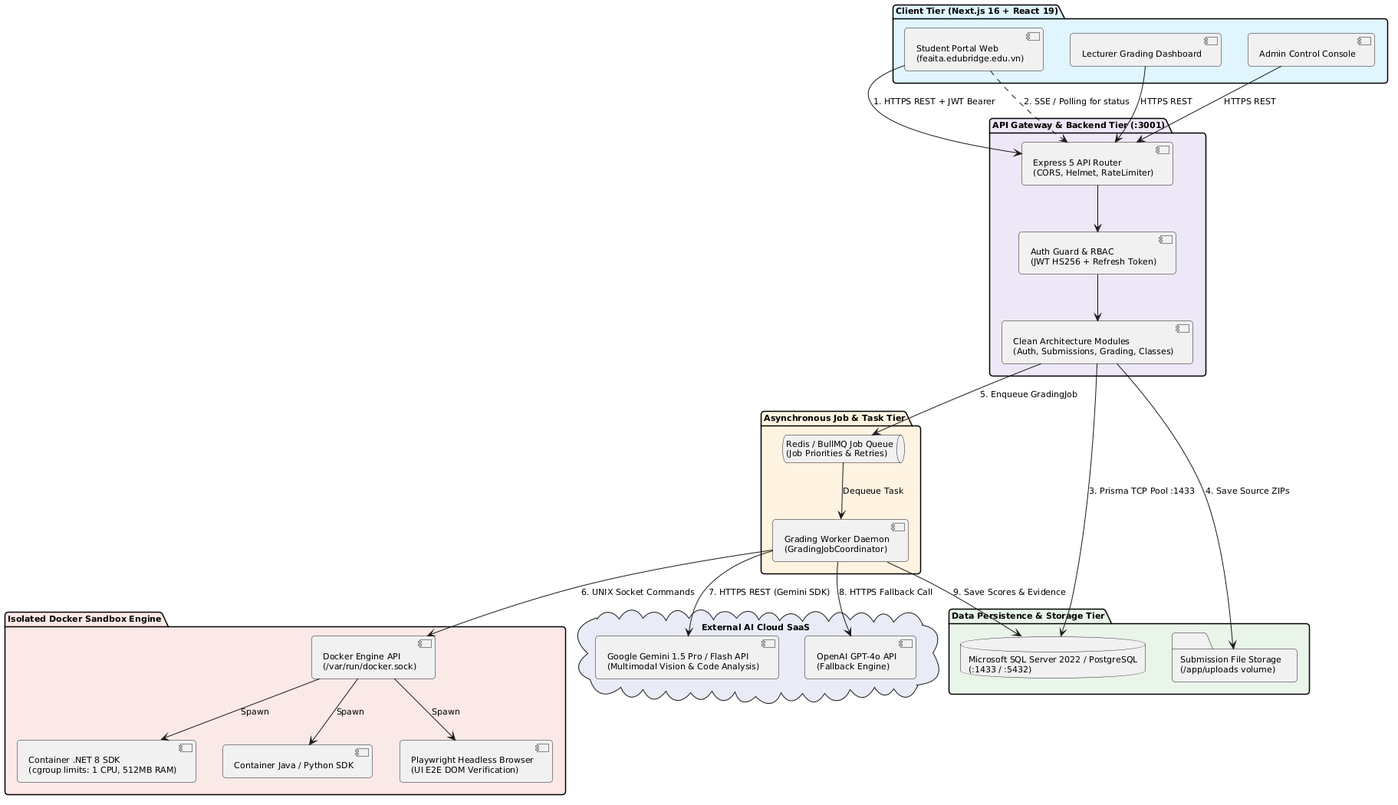
Earlier version of the PlantUML export diagrams/04_distributed_component_diagram.png (DinhLoii/AI-teaching-assistant). Source of this version:
```plantuml
@startuml
skinparam componentStyle uml2
skinparam roundcorner 8
skinparam defaultFontSize 11
skinparam shadowing false

package "Client Tier (Next.js 16 + React 19)" #E1F5FE {
    [Student Portal Web\n(feaita.edubridge.edu.vn)] as FE_Student
    [Lecturer Grading Dashboard] as FE_Lecturer
    [Admin Control Console] as FE_Admin
}

package "API Gateway & Backend Tier (:3001)" #EDE7F6 {
    [Express 5 API Router\n(CORS, Helmet, RateLimiter)] as Gateway
    [Auth Guard & RBAC\n(JWT HS256 + Refresh Token)] as AuthGuard
    [Clean Architecture Modules\n(Auth, Submissions, Grading, Classes)] as BackendModules
    Gateway --> AuthGuard
    AuthGuard --> BackendModules
}

package "Asynchronous Job & Task Tier" #FFF3E0 {
    queue "Redis / BullMQ Job Queue\n(Job Priorities & Retries)" as JobQueue
    [Grading Worker Daemon\n(GradingJobCoordinator)] as WorkerDaemon
    JobQueue --> WorkerDaemon : Dequeue Task
}

package "Isolated Docker Sandbox Engine" #FBE9E7 {
    [Docker Engine API\n(/var/run/docker.sock)] as DockerAPI
    component "Container .NET 8 SDK\n(cgroup limits: 1 CPU, 512MB RAM)" as DotnetRunner
    component "Container Java / Python SDK" as JavaRunner
    component "Playwright Headless Browser\n(UI E2E DOM Verification)" as PlaywrightRunner
    DockerAPI --> DotnetRunner : Spawn
    DockerAPI --> JavaRunner : Spawn
    DockerAPI --> PlaywrightRunner : Spawn
}

cloud "External AI Cloud SaaS" #E8EAF6 {
    [Google Gemini 1.5 Pro / Flash API\n(Multimodal Vision & Code Analysis)] as GeminiCloud
    [OpenAI GPT-4o API\n(Fallback Engine)] as OpenAICloud
}

package "Data Persistence & Storage Tier" #E8F5E9 {
    database "Microsoft SQL Server 2022 / PostgreSQL\n(:1433 / :5432)" as Database
    folder "Submission File Storage\n(/app/uploads volume)" as FileStorage
}

FE_Student --> Gateway : 1. HTTPS REST + JWT Bearer
FE_Lecturer --> Gateway : HTTPS REST
FE_Admin --> Gateway : HTTPS REST
FE_Student ..> Gateway : 2. SSE / Polling for status

BackendModules --> Database : 3. Prisma TCP Pool :1433
BackendModules --> FileStorage : 4. Save Source ZIPs
BackendModules --> JobQueue : 5. Enqueue GradingJob

WorkerDaemon --> DockerAPI : 6. UNIX Socket Commands
WorkerDaemon --> GeminiCloud : 7. HTTPS REST (Gemini SDK)
WorkerDaemon --> OpenAICloud : 8. HTTPS Fallback Call
WorkerDaemon --> Database : 9. Save Scores & Evidence
@enduml
```
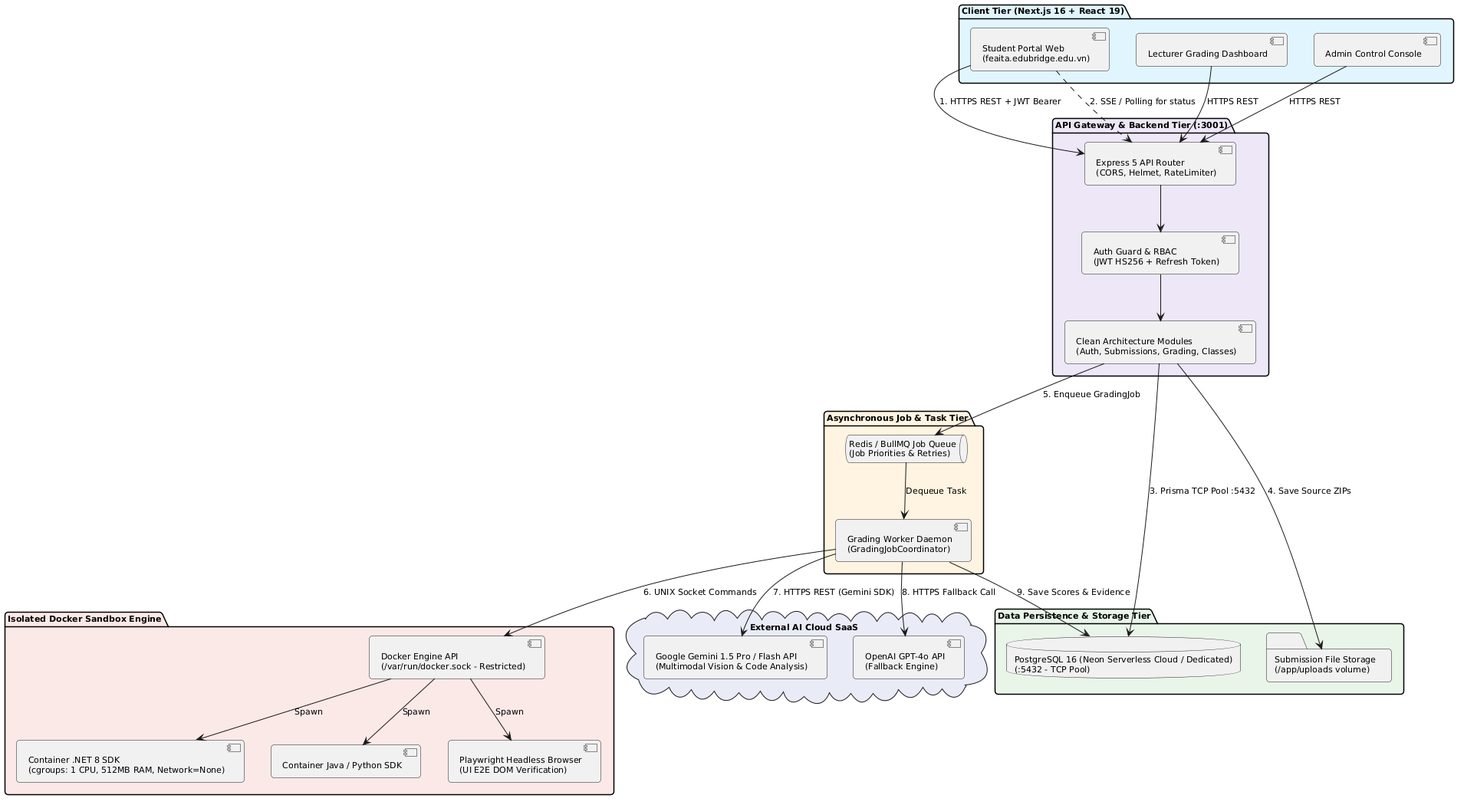
After the change.

Commit message:
docs(architecture): add detailed database ERD and unify PostgreSQL architecture diagrams

The edit, as a diff of the source:
```diff
@@ -25,8 +25,8 @@
 }
 
 package "Isolated Docker Sandbox Engine" #FBE9E7 {
-    [Docker Engine API\n(/var/run/docker.sock)] as DockerAPI
-    component "Container .NET 8 SDK\n(cgroup limits: 1 CPU, 512MB RAM)" as DotnetRunner
+    [Docker Engine API\n(/var/run/docker.sock - Restricted)] as DockerAPI
+    component "Container .NET 8 SDK\n(cgroups: 1 CPU, 512MB RAM, Network=None)" as DotnetRunner
     component "Container Java / Python SDK" as JavaRunner
     component "Playwright Headless Browser\n(UI E2E DOM Verification)" as PlaywrightRunner
     DockerAPI --> DotnetRunner : Spawn
@@ -40,7 +40,7 @@
 }
 
 package "Data Persistence & Storage Tier" #E8F5E9 {
-    database "Microsoft SQL Server 2022 / PostgreSQL\n(:1433 / :5432)" as Database
+    database "PostgreSQL 16 (Neon Serverless Cloud / Dedicated)\n(:5432 - TCP Pool)" as Database
     folder "Submission File Storage\n(/app/uploads volume)" as FileStorage
 }
 
@@ -49,7 +49,7 @@
 FE_Admin --> Gateway : HTTPS REST
 FE_Student ..> Gateway : 2. SSE / Polling for status
 
-BackendModules --> Database : 3. Prisma TCP Pool :1433
+BackendModules --> Database : 3. Prisma TCP Pool :5432
 BackendModules --> FileStorage : 4. Save Source ZIPs
 BackendModules --> JobQueue : 5. Enqueue GradingJob
 
```
